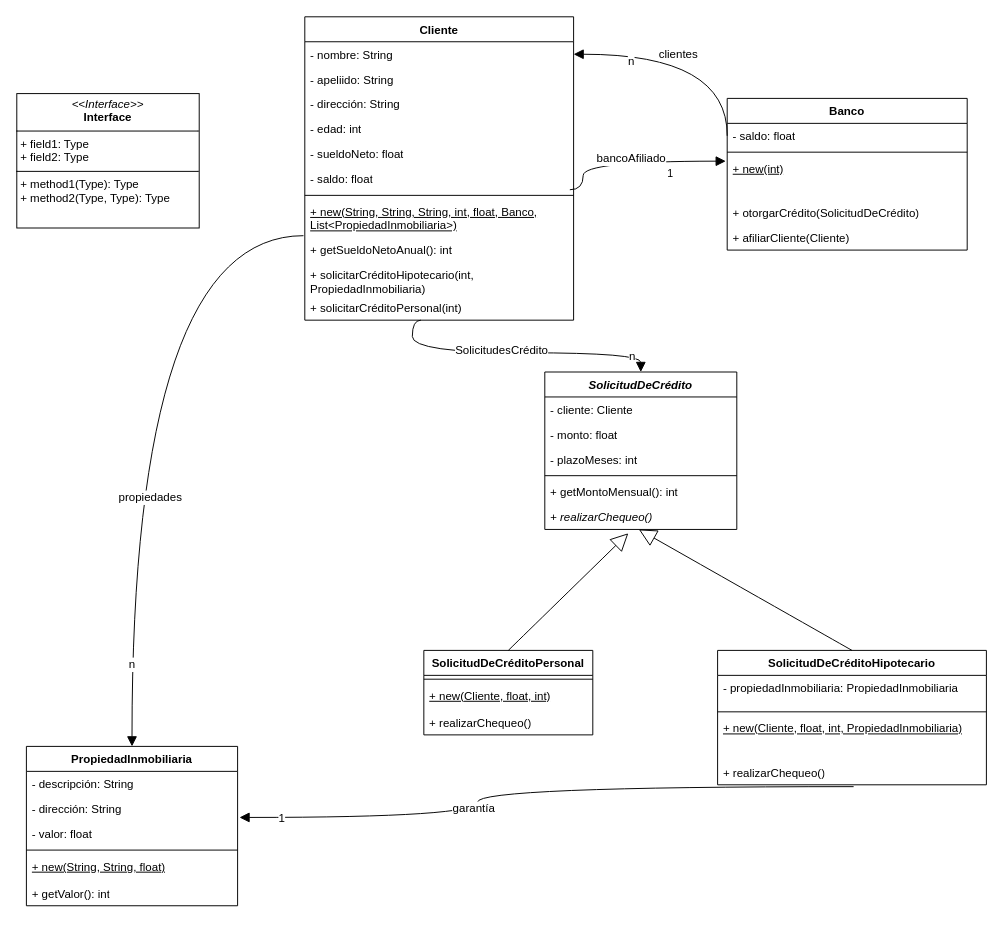
Earlier version of the draw.io diagram src/tpsolid/tpsolid2.drawio (Matias-Francisco-Deo/Objetos-II). Source tidied: cells renumbered, new cells numbered last; positions are measured from the earlier drawing's top-left corner, leaving out a move shared by most shapes. Both pictures are drawn from the tidied source at 96%, with x=0, y=0 at pixel (16, 16).
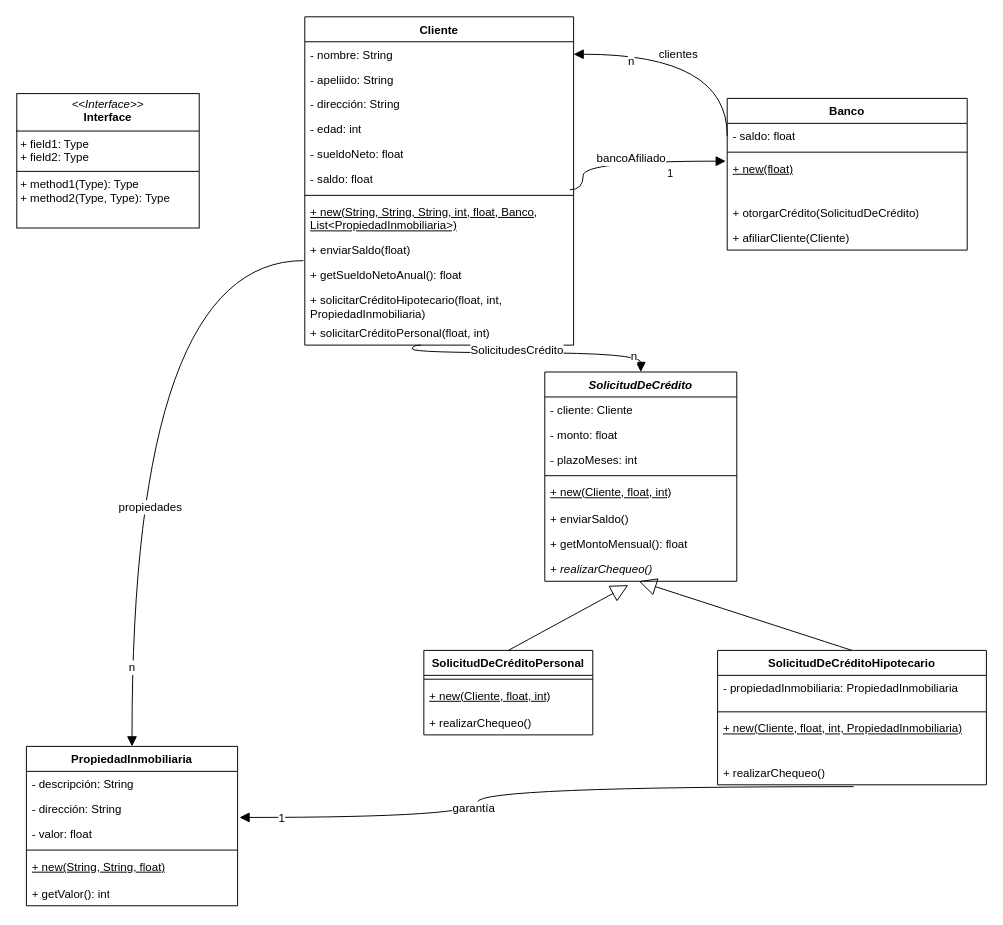
The same diagram, later.

The change refers to these unchanged cells:
```xml
<mxCell id="14" value="Banco" style="swimlane;fontStyle=1;align=center;verticalAlign=top;horizontal=1;startSize=26;whiteSpace=wrap;html=1;" parent="1" vertex="1">
  <mxGeometry x="740" y="85" width="250" height="158" as="geometry" />
</mxCell>
```

Diff of the diagram source:
```diff
@@
     <mxCell id="2" value="Cliente" style="swimlane;fontStyle=1;align=center;verticalAlign=top;horizontal=1;startSize=26;whiteSpace=wrap;html=1;" parent="1" vertex="1">
-      <mxGeometry x="300" width="280" height="316" as="geometry" />
+      <mxGeometry x="300" width="280" height="342" as="geometry" />
     </mxCell>
@@
+    <mxCell id="61" value="+ enviarSaldo(float)" style="text;strokeColor=none;fillColor=none;align=left;verticalAlign=top;spacingLeft=4;spacingRight=4;overflow=hidden;whiteSpace=wrap;html=1;" parent="2" vertex="1">
+      <mxGeometry y="230" width="280" height="26" as="geometry" />
+    </mxCell>
-    <mxCell id="11" value="+ getSueldoNetoAnual(): int" style="text;strokeColor=none;fillColor=none;align=left;verticalAlign=top;spacingLeft=4;spacingRight=4;overflow=hidden;points=[[0,0.5],[1,0.5]];portConstraint=eastwest;whiteSpace=wrap;html=1;" parent="2" vertex="1">
-      <mxGeometry y="230" width="280" height="26" as="geometry" />
+    <mxCell id="11" value="+ getSueldoNetoAnual(): float" style="text;strokeColor=none;fillColor=none;align=left;verticalAlign=top;spacingLeft=4;spacingRight=4;overflow=hidden;points=[[0,0.5],[1,0.5]];portConstraint=eastwest;whiteSpace=wrap;html=1;" parent="2" vertex="1">
+      <mxGeometry y="256" width="280" height="26" as="geometry" />
     </mxCell>
-    <mxCell id="12" value="+ solicitarCréditoHipotecario(int, PropiedadInmobiliaria)" style="text;strokeColor=none;fillColor=none;align=left;verticalAlign=top;spacingLeft=4;spacingRight=4;overflow=hidden;whiteSpace=wrap;html=1;" parent="2" vertex="1">
-      <mxGeometry y="256" width="280" height="34" as="geometry" />
+    <mxCell id="12" value="+ solicitarCréditoHipotecario(float, int, PropiedadInmobiliaria)" style="text;strokeColor=none;fillColor=none;align=left;verticalAlign=top;spacingLeft=4;spacingRight=4;overflow=hidden;whiteSpace=wrap;html=1;" parent="2" vertex="1">
+      <mxGeometry y="282" width="280" height="34" as="geometry" />
     </mxCell>
-    <mxCell id="13" value="+ solicitarCréditoPersonal(int)" style="text;strokeColor=none;fillColor=none;align=left;verticalAlign=top;spacingLeft=4;spacingRight=4;overflow=hidden;points=[[0,0.5],[1,0.5]];portConstraint=eastwest;whiteSpace=wrap;html=1;" parent="2" vertex="1">
-      <mxGeometry y="290" width="280" height="26" as="geometry" />
+    <mxCell id="13" value="+ solicitarCréditoPersonal(float, int)" style="text;strokeColor=none;fillColor=none;align=left;verticalAlign=top;spacingLeft=4;spacingRight=4;overflow=hidden;points=[[0,0.5],[1,0.5]];portConstraint=eastwest;whiteSpace=wrap;html=1;" parent="2" vertex="1">
+      <mxGeometry y="316" width="280" height="26" as="geometry" />
     </mxCell>
@@
-    <mxCell id="17" value="+ new(int)" style="text;strokeColor=none;fillColor=none;align=left;verticalAlign=top;spacingLeft=4;spacingRight=4;overflow=hidden;points=[[0,0.5],[1,0.5]];portConstraint=eastwest;whiteSpace=wrap;html=1;fontStyle=4;" parent="14" vertex="1">
+    <mxCell id="17" value="+ new(float)" style="text;strokeColor=none;fillColor=none;align=left;verticalAlign=top;spacingLeft=4;spacingRight=4;overflow=hidden;points=[[0,0.5],[1,0.5]];portConstraint=eastwest;whiteSpace=wrap;html=1;fontStyle=4;" parent="14" vertex="1">
       <mxGeometry y="60" width="250" height="46" as="geometry" />
     </mxCell>
@@
     <mxCell id="20" value="&lt;i&gt;SolicitudDeCrédito&lt;/i&gt;" style="swimlane;fontStyle=1;align=center;verticalAlign=top;horizontal=1;startSize=26;whiteSpace=wrap;html=1;" parent="1" vertex="1">
-      <mxGeometry x="550" y="370" width="200" height="164" as="geometry" />
+      <mxGeometry x="550" y="370" width="200" height="218" as="geometry" />
     </mxCell>
@@
+    <mxCell id="62" value="+ new(Cliente, float, int)" style="text;strokeColor=none;fillColor=none;align=left;verticalAlign=top;spacingLeft=4;spacingRight=4;overflow=hidden;whiteSpace=wrap;html=1;fontStyle=4;" parent="20" vertex="1">
+      <mxGeometry y="112" width="200" height="28" as="geometry" />
+    </mxCell>
+    <mxCell id="63" value="+ enviarSaldo()" style="text;strokeColor=none;fillColor=none;align=left;verticalAlign=top;spacingLeft=4;spacingRight=4;overflow=hidden;whiteSpace=wrap;html=1;" parent="20" vertex="1">
+      <mxGeometry y="140" width="200" height="26" as="geometry" />
+    </mxCell>
-    <mxCell id="25" value="+ getMontoMensual(): int" style="text;strokeColor=none;fillColor=none;align=left;verticalAlign=top;spacingLeft=4;spacingRight=4;overflow=hidden;whiteSpace=wrap;html=1;" parent="20" vertex="1">
-      <mxGeometry y="112" width="200" height="26" as="geometry" />
+    <mxCell id="25" value="+ getMontoMensual(): float" style="text;strokeColor=none;fillColor=none;align=left;verticalAlign=top;spacingLeft=4;spacingRight=4;overflow=hidden;whiteSpace=wrap;html=1;" parent="20" vertex="1">
+      <mxGeometry y="166" width="200" height="26" as="geometry" />
     </mxCell>
     <mxCell id="26" value="&lt;i&gt;+ realizarChequeo()&lt;/i&gt;" style="text;strokeColor=none;fillColor=none;align=left;verticalAlign=top;spacingLeft=4;spacingRight=4;overflow=hidden;points=[[0,0.5],[1,0.5]];portConstraint=eastwest;whiteSpace=wrap;html=1;" parent="20" vertex="1">
-      <mxGeometry y="138" width="200" height="26" as="geometry" />
+      <mxGeometry y="192" width="200" height="26" as="geometry" />
     </mxCell>
```
